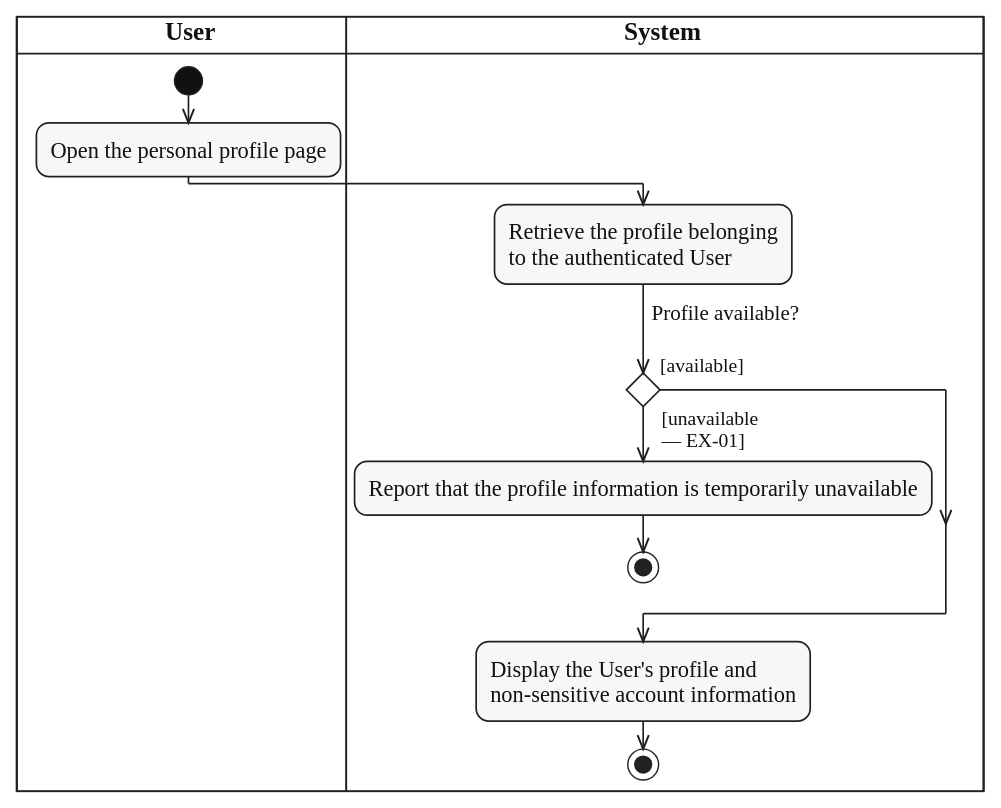
Above: diagrams/activity/account-authentication/svg/UC-PROFILE-VIEW.svg in lukenab/swd392-doc-automation (PlantUML), before the change. Its source is kept beside it as diagrams/activity/account-authentication/source/UC-PROFILE-VIEW.puml. Source of this version:
```plantuml
@startuml UC-PROFILE-VIEW
!include ../../_shared/activity-style.puml

|USR| $lane_title("User")
|SYS| $lane_title("System")

|USR|
start
:Open the personal profile page;
|SYS|
:Retrieve the profile belonging
to the authenticated User;
if ($question("Profile available?")) then ($guard_left("[available]"))
else ($guard_right("[unavailable", "— EX-01]"))
  :Report that the profile information is temporarily unavailable;
  stop
endif
:Display the User's profile and
non-sensitive account information;
stop
@enduml
```
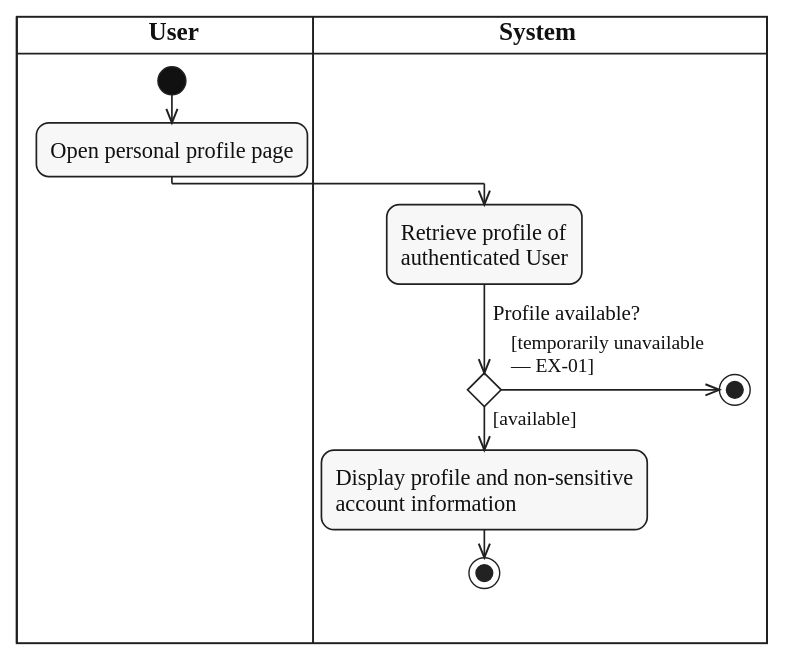
After the commit.

Change to the diagram source:
```diff
@@ -6,16 +6,16 @@
 
 |USR|
 start
-:Open the personal profile page;
+:Open personal profile page;
 |SYS|
-:Retrieve the profile belonging
-to the authenticated User;
+:Retrieve profile of
+authenticated User;
 if ($question("Profile available?")) then ($guard_left("[available]"))
-else ($guard_right("[unavailable", "— EX-01]"))
-  :Report that the profile information is temporarily unavailable;
+  :Display profile and non-sensitive
+  account information;
+  stop
+else ($guard_right("[temporarily unavailable", "— EX-01]"))
+  |SYS|
   stop
 endif
-:Display the User's profile and
-non-sensitive account information;
-stop
 @enduml
```
